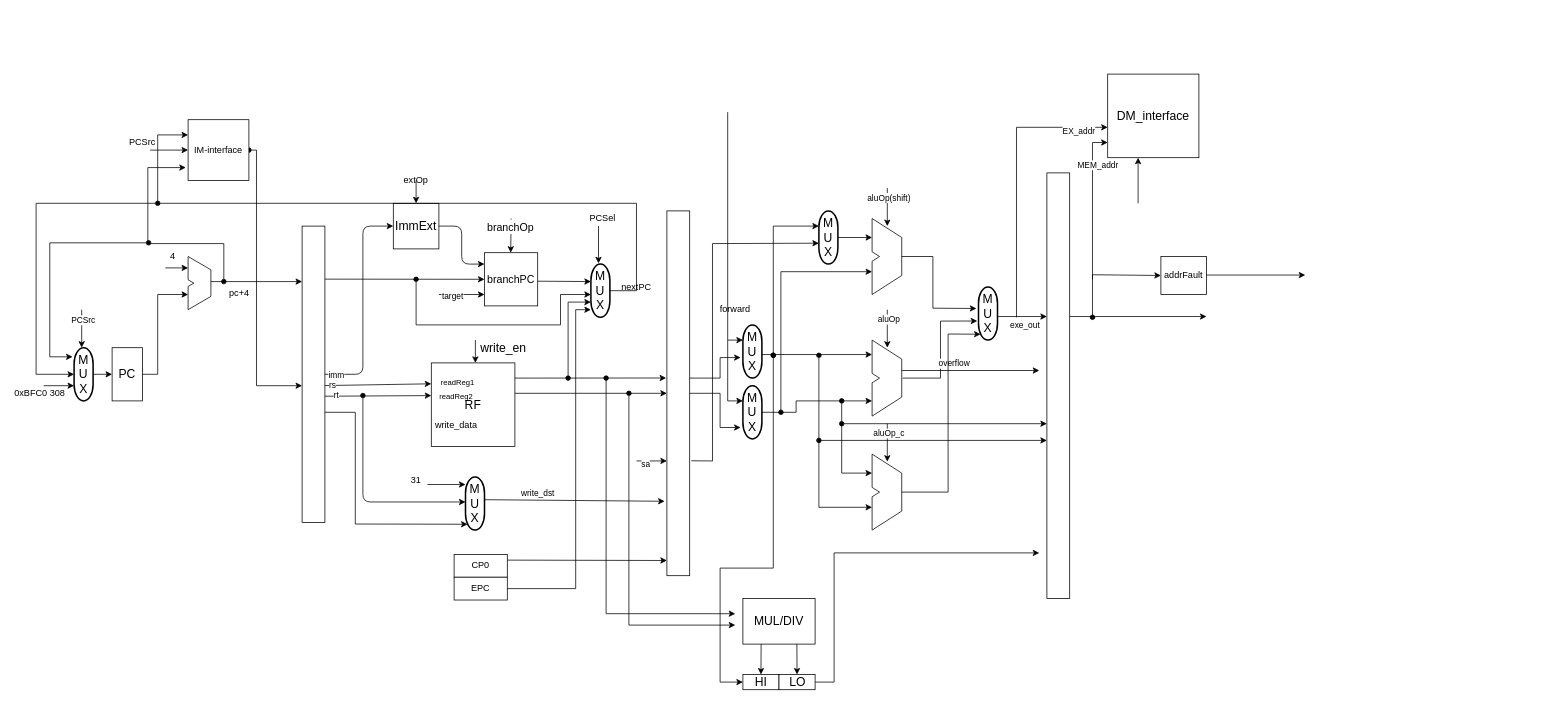
Above: 5-stages-pipeline.drawio in Anlarry/coaa (draw.io), before the change. Source tidied: cells renumbered, new cells numbered last; positions are measured from the earlier drawing's top-left corner, leaving out a move shared by most shapes. Both pictures are drawn from the tidied source at 76%, with x=0, y=0 at pixel (13, 74).
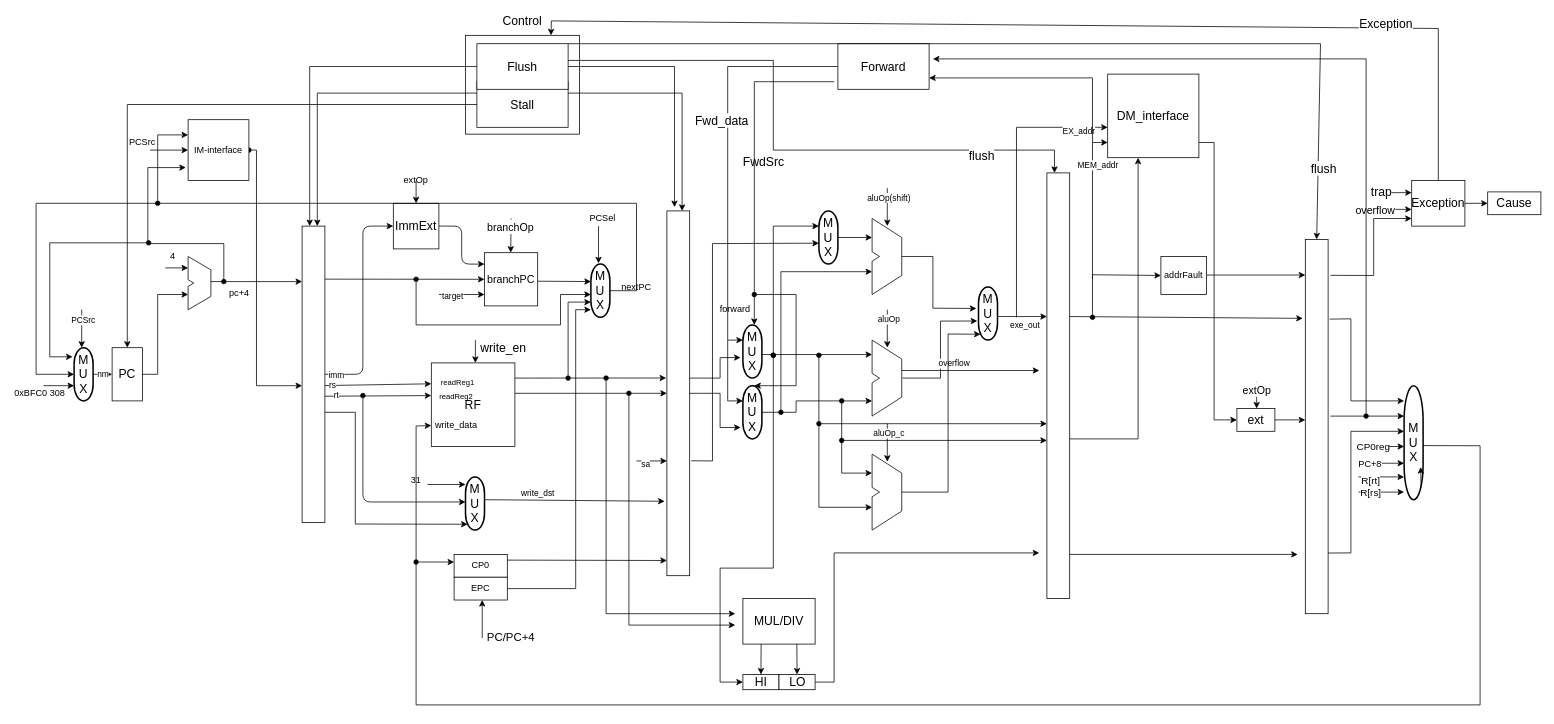
Above is the later version.

Unchanged cells that the change refers to:
```xml
<mxCell id="27" value="RF" style="whiteSpace=wrap;html=1;fontSize=16;" parent="26" vertex="1">
  <mxGeometry y="30" width="110" height="110" as="geometry" />
</mxCell>
<mxCell id="68" value="&lt;div&gt;M&lt;/div&gt;&lt;div&gt;U&lt;/div&gt;&lt;div&gt;X&lt;/div&gt;" style="strokeWidth=2;html=1;shape=mxgraph.flowchart.terminator;whiteSpace=wrap;fontSize=16;direction=south;" parent="1" vertex="1">
  <mxGeometry x="80" y="360" width="25" height="70" as="geometry" />
</mxCell>
<mxCell id="131" style="rounded=0;whiteSpace=wrap;html=1;" parent="1" vertex="1">
  <mxGeometry x="1360" y="130" width="30" height="560" as="geometry" />
</mxCell>
```

What changed in the source:
```diff
@@
+    <mxCell id="164" style="rounded=0;whiteSpace=wrap;html=1;fontSize=16;" parent="1" vertex="1">
+      <mxGeometry x="595" y="-51" width="150" height="130" as="geometry" />
+    </mxCell>
@@
-    <mxCell id="69" style="endArrow=classic;html=1;strokeColor=#000000;exitX=0.5;exitY=0;exitDx=0;exitDy=0;exitPerimeter=0;" parent="1" edge="1" source="68">
+    <mxCell id="69" value="nm" style="endArrow=classic;html=1;strokeColor=#000000;exitX=0.5;exitY=0;exitDx=0;exitDy=0;exitPerimeter=0;" parent="1" edge="1" source="68">
       <mxGeometry relative="1" as="geometry">
         <mxPoint x="130" y="395" as="targetPoint" />
       </mxGeometry>
     </mxCell>
@@
-    <mxCell id="79" style="endArrow=classic;html=1;strokeColor=#000000;rounded=0;" parent="1" edge="1">
+    <mxCell id="79" style="endArrow=classic;html=1;strokeColor=#000000;rounded=0;exitX=0;exitY=0.5;exitDx=0;exitDy=0;" parent="1" edge="1" source="203">
       <mxGeometry relative="1" as="geometry">
-        <mxPoint x="940" y="50" as="sourcePoint" />
         <mxPoint x="960" y="350" as="targetPoint" />
         <Array as="points">
+          <mxPoint x="940" y="-10" />
           <mxPoint x="940" y="350" />
         </Array>
       </mxGeometry>
     </mxCell>
+    <mxCell id="165" value="Fwd_data" style="edgeLabel;html=1;align=center;verticalAlign=middle;fontSize=16;" parent="79" vertex="1">
+      <mxGeometry x="-0.47" y="76" relative="1" as="geometry">
+        <mxPoint x="-15" y="-6" as="offset" />
+      </mxGeometry>
+    </mxCell>
@@
-    <mxCell id="154" style="endArrow=classic;html=1;strokeColor=#000000;" parent="1" edge="1">
+    <mxCell id="154" style="endArrow=classic;html=1;strokeColor=#000000;entryX=-0.112;entryY=0.211;entryDx=0;entryDy=0;entryPerimeter=0;" parent="1" edge="1" target="174">
       <mxGeometry relative="1" as="geometry">
         <mxPoint x="1390" y="319" as="sourcePoint" />
-        <mxPoint x="1570" y="319" as="targetPoint" />
       </mxGeometry>
     </mxCell>
@@
-    <mxCell id="161" style="endArrow=classic;html=1;strokeColor=#000000;" parent="1" edge="1">
+    <mxCell id="161" style="endArrow=classic;html=1;strokeColor=#000000;exitX=1;exitY=0.625;exitDx=0;exitDy=0;exitPerimeter=0;rounded=0;startArrow=none;startFill=0;" parent="1" edge="1" source="131">
       <mxGeometry relative="1" as="geometry">
-        <mxPoint x="1480" y="170" as="sourcePoint" />
         <mxPoint x="1480" y="110" as="targetPoint" />
+        <Array as="points">
+          <mxPoint x="1480" y="480" />
+        </Array>
       </mxGeometry>
     </mxCell>
     <mxCell id="162" style="endArrow=classic;html=1;strokeColor=#000000;startArrow=oval;startFill=1;" parent="1" edge="1">
       <mxGeometry relative="1" as="geometry">
-        <mxPoint x="1060" y="482" as="sourcePoint" />
+        <mxPoint x="1090" y="482" as="sourcePoint" />
         <mxPoint x="1360" y="482" as="targetPoint" />
       </mxGeometry>
     </mxCell>
     <mxCell id="163" style="endArrow=classic;html=1;strokeColor=#000000;rounded=0;startArrow=oval;startFill=1;" parent="1" edge="1">
       <mxGeometry relative="1" as="geometry">
-        <mxPoint x="1090" y="460" as="sourcePoint" />
+        <mxPoint x="1060" y="460" as="sourcePoint" />
         <mxPoint x="1360" y="460" as="targetPoint" />
       </mxGeometry>
     </mxCell>
+    <mxCell id="166" style="endArrow=classic;html=1;strokeColor=#000000;entryX=0;entryY=0.5;entryDx=0;entryDy=0;rounded=0;startArrow=none;startFill=0;" parent="1" edge="1" target="169">
+      <mxGeometry relative="1" as="geometry">
+        <mxPoint x="1560" y="90" as="sourcePoint" />
+        <Array as="points">
+          <mxPoint x="1580" y="90" />
+          <mxPoint x="1580" y="455" />
+        </Array>
+      </mxGeometry>
+    </mxCell>
+    <mxCell id="167" style="group;" parent="1" vertex="1">
+      <mxGeometry x="1610" y="405" width="50" height="65" as="geometry" />
+    </mxCell>
+    <mxCell id="168" style="group;" parent="167" vertex="1">
+      <mxGeometry width="50" height="65" as="geometry" />
+    </mxCell>
+    <mxCell id="169" value="ext" style="rounded=0;whiteSpace=wrap;html=1;fontSize=16;" parent="168" vertex="1">
+      <mxGeometry y="35" width="50" height="30" as="geometry" />
+    </mxCell>
+    <mxCell id="170" style="endArrow=classic;html=1;shadow=0;fontSize=16;" parent="168" edge="1">
+      <mxGeometry relative="1" as="geometry">
+        <mxPoint x="26" as="sourcePoint" />
+        <mxPoint x="26" y="35" as="targetPoint" />
+      </mxGeometry>
+    </mxCell>
+    <mxCell id="171" value="&lt;font style=&quot;font-size: 14px&quot;&gt;extOp&lt;/font&gt;" style="edgeLabel;html=1;align=center;verticalAlign=middle;fontSize=16;" parent="170" vertex="1">
+      <mxGeometry x="-0.5" y="-1" relative="1" as="geometry" />
+    </mxCell>
+    <mxCell id="172" style="endArrow=classic;html=1;strokeColor=#000000;" parent="1" edge="1">
+      <mxGeometry relative="1" as="geometry">
+        <mxPoint x="1390" y="632" as="sourcePoint" />
+        <mxPoint x="1690" y="632" as="targetPoint" />
+      </mxGeometry>
+    </mxCell>
+    <mxCell id="173" style="endArrow=classic;html=1;strokeColor=#000000;" parent="1" edge="1">
+      <mxGeometry relative="1" as="geometry">
+        <mxPoint x="1660" y="455" as="sourcePoint" />
+        <mxPoint x="1700" y="455" as="targetPoint" />
+      </mxGeometry>
+    </mxCell>
+    <mxCell id="174" style="rounded=0;whiteSpace=wrap;html=1;" parent="1" vertex="1">
+      <mxGeometry x="1700" y="217.5" width="30" height="492.5" as="geometry" />
+    </mxCell>
+    <mxCell id="175" value="&lt;div&gt;M&lt;/div&gt;&lt;div&gt;U&lt;/div&gt;&lt;div&gt;X&lt;/div&gt;" style="strokeWidth=2;html=1;shape=mxgraph.flowchart.terminator;whiteSpace=wrap;fontSize=16;direction=south;" parent="1" vertex="1">
+      <mxGeometry x="1830" y="410" width="25" height="150" as="geometry" />
+    </mxCell>
+    <mxCell id="176" style="group;" parent="1" vertex="1">
+      <mxGeometry x="1790" y="140" width="220" height="60" as="geometry" />
+    </mxCell>
+    <mxCell id="177" value="Exception" style="rounded=0;whiteSpace=wrap;html=1;fontSize=16;" parent="176" vertex="1">
+      <mxGeometry x="50" width="70" height="60" as="geometry" />
+    </mxCell>
+    <mxCell id="178" style="endArrow=classic;html=1;shadow=0;fontSize=16;" parent="176" edge="1">
+      <mxGeometry relative="1" as="geometry">
+        <mxPoint y="16" as="sourcePoint" />
+        <mxPoint x="50" y="16" as="targetPoint" />
+      </mxGeometry>
+    </mxCell>
+    <mxCell id="179" value="trap" style="edgeLabel;html=1;align=center;verticalAlign=middle;fontSize=16;" parent="178" vertex="1">
+      <mxGeometry x="-0.64" y="2" relative="1" as="geometry" />
+    </mxCell>
+    <mxCell id="180" value="&lt;font style=&quot;font-size: 16px&quot;&gt;Cause&lt;/font&gt;" style="rounded=0;whiteSpace=wrap;html=1;" parent="176" vertex="1">
+      <mxGeometry x="150" y="15" width="70" height="30" as="geometry" />
+    </mxCell>
+    <mxCell id="181" style="endArrow=classic;html=1;exitX=1;exitY=0.5;exitDx=0;exitDy=0;" parent="176" edge="1" source="177">
+      <mxGeometry relative="1" as="geometry">
+        <mxPoint x="150" y="30" as="targetPoint" />
+      </mxGeometry>
+    </mxCell>
+    <mxCell id="182" style="endArrow=classic;html=1;strokeColor=#000000;" parent="1" edge="1">
+      <mxGeometry relative="1" as="geometry">
+        <mxPoint x="1770" y="178" as="sourcePoint" />
+        <mxPoint x="1840" y="178" as="targetPoint" />
+      </mxGeometry>
+    </mxCell>
+    <mxCell id="183" value="&lt;font style=&quot;font-size: 14px&quot;&gt;overflow&lt;/font&gt;" style="edgeLabel;html=1;align=center;verticalAlign=middle;" parent="182" vertex="1">
+      <mxGeometry x="-0.41" relative="1" as="geometry" />
+    </mxCell>
+    <mxCell id="184" style="endArrow=classic;html=1;strokeColor=#000000;exitX=1.104;exitY=0.096;exitDx=0;exitDy=0;exitPerimeter=0;rounded=0;" parent="1" edge="1" source="174">
+      <mxGeometry relative="1" as="geometry">
+        <mxPoint x="1840" y="190" as="targetPoint" />
+        <Array as="points">
+          <mxPoint x="1790" y="265" />
+          <mxPoint x="1790" y="190" />
+        </Array>
+      </mxGeometry>
+    </mxCell>
+    <mxCell id="185" style="endArrow=classic;html=1;strokeColor=#000000;exitX=1.065;exitY=0.213;exitDx=0;exitDy=0;exitPerimeter=0;rounded=0;" parent="1" edge="1" source="174">
+      <mxGeometry relative="1" as="geometry">
+        <mxPoint x="1830" y="430" as="targetPoint" />
+        <Array as="points">
+          <mxPoint x="1760" y="322" />
+          <mxPoint x="1760" y="430" />
+        </Array>
+      </mxGeometry>
+    </mxCell>
+    <mxCell id="186" style="endArrow=classic;html=1;strokeColor=#000000;" parent="1" edge="1">
+      <mxGeometry relative="1" as="geometry">
+        <mxPoint x="1733" y="450" as="sourcePoint" />
+        <mxPoint x="1830" y="450" as="targetPoint" />
+      </mxGeometry>
+    </mxCell>
+    <mxCell id="187" style="edgeStyle=orthogonalEdgeStyle;rounded=0;orthogonalLoop=1;jettySize=auto;html=1;exitX=0.89;exitY=0.11;exitDx=0;exitDy=0;exitPerimeter=0;entryX=0.714;entryY=0.122;entryDx=0;entryDy=0;entryPerimeter=0;startArrow=none;startFill=0;strokeColor=#000000;" parent="1" edge="1" source="175" target="175">
+      <mxGeometry relative="1" as="geometry" />
+    </mxCell>
+    <mxCell id="188" style="endArrow=classic;html=1;strokeColor=#000000;exitX=1;exitY=0.838;exitDx=0;exitDy=0;exitPerimeter=0;rounded=0;" parent="1" edge="1" source="174">
+      <mxGeometry relative="1" as="geometry">
+        <mxPoint x="1830" y="470" as="targetPoint" />
+        <Array as="points">
+          <mxPoint x="1760" y="630" />
+          <mxPoint x="1760" y="470" />
+        </Array>
+      </mxGeometry>
+    </mxCell>
+    <mxCell id="189" style="endArrow=classic;html=1;strokeColor=#000000;" parent="1" edge="1" source="190">
+      <mxGeometry relative="1" as="geometry">
+        <mxPoint x="1830" y="490" as="targetPoint" />
+      </mxGeometry>
+    </mxCell>
+    <mxCell id="190" value="&lt;font style=&quot;font-size: 13px&quot;&gt;CP0reg&lt;/font&gt;" style="text;html=1;strokeColor=none;fillColor=none;align=center;verticalAlign=middle;whiteSpace=wrap;rounded=0;" parent="1" vertex="1">
+      <mxGeometry x="1770" y="480" width="40" height="20" as="geometry" />
+    </mxCell>
+    <mxCell id="191" style="endArrow=classic;html=1;strokeColor=#000000;" parent="1" edge="1">
+      <mxGeometry relative="1" as="geometry">
+        <mxPoint x="1770" y="512" as="sourcePoint" />
+        <mxPoint x="1830" y="512" as="targetPoint" />
+        <Array as="points">
+          <mxPoint x="1790" y="512" />
+        </Array>
+      </mxGeometry>
+    </mxCell>
+    <mxCell id="192" value="PC+8" style="edgeLabel;html=1;align=center;verticalAlign=middle;fontSize=12;" parent="191" vertex="1">
+      <mxGeometry x="-0.54" y="-1" relative="1" as="geometry" />
+    </mxCell>
+    <mxCell id="193" style="endArrow=classic;html=1;strokeColor=#000000;fontSize=12;" parent="1" edge="1">
+      <mxGeometry relative="1" as="geometry">
+        <mxPoint x="1770" y="530" as="sourcePoint" />
+        <mxPoint x="1830" y="530" as="targetPoint" />
+      </mxGeometry>
+    </mxCell>
+    <mxCell id="194" value="R[rt]" style="edgeLabel;html=1;align=center;verticalAlign=middle;fontSize=13;" parent="193" vertex="1">
+      <mxGeometry x="-0.5" y="-4" relative="1" as="geometry" />
+    </mxCell>
+    <mxCell id="195" style="endArrow=classic;html=1;strokeColor=#000000;fontSize=13;" parent="1" edge="1">
+      <mxGeometry relative="1" as="geometry">
+        <mxPoint x="1770" y="550" as="sourcePoint" />
+        <mxPoint x="1830" y="550" as="targetPoint" />
+      </mxGeometry>
+    </mxCell>
+    <mxCell id="196" value="R[rs]" style="edgeLabel;html=1;align=center;verticalAlign=middle;fontSize=13;" parent="195" vertex="1">
+      <mxGeometry x="-0.5" relative="1" as="geometry" />
+    </mxCell>
+    <mxCell id="197" style="endArrow=classic;html=1;strokeColor=#000000;fontSize=13;entryX=0;entryY=0.75;entryDx=0;entryDy=0;rounded=0;" parent="1" edge="1" target="27">
+      <mxGeometry relative="1" as="geometry">
+        <mxPoint x="1855" y="488.8" as="sourcePoint" />
+        <Array as="points">
+          <mxPoint x="1930" y="489" />
+          <mxPoint x="1930" y="830" />
+          <mxPoint x="530" y="830" />
+          <mxPoint x="530" y="463" />
+        </Array>
+      </mxGeometry>
+    </mxCell>
+    <mxCell id="198" style="endArrow=classic;html=1;strokeColor=#000000;fontSize=13;startArrow=oval;startFill=1;" parent="1" edge="1">
+      <mxGeometry relative="1" as="geometry">
+        <mxPoint x="530" y="642" as="sourcePoint" />
+        <mxPoint x="580" y="642" as="targetPoint" />
+      </mxGeometry>
+    </mxCell>
+    <mxCell id="199" style="endArrow=classic;html=1;strokeColor=#000000;fontSize=13;" parent="1" edge="1">
+      <mxGeometry relative="1" as="geometry">
+        <mxPoint x="617" y="742" as="sourcePoint" />
+        <mxPoint x="617" y="692" as="targetPoint" />
+      </mxGeometry>
+    </mxCell>
+    <mxCell id="200" value="PC/PC+4" style="text;html=1;strokeColor=none;fillColor=none;align=center;verticalAlign=middle;whiteSpace=wrap;rounded=0;fontSize=15;" parent="1" vertex="1">
+      <mxGeometry x="635" y="730" width="40" height="20" as="geometry" />
+    </mxCell>
+    <mxCell id="201" style="endArrow=classic;html=1;strokeColor=#000000;fontSize=15;entryX=0.75;entryY=0;entryDx=0;entryDy=0;rounded=0;" parent="1" edge="1" target="164">
+      <mxGeometry relative="1" as="geometry">
+        <mxPoint x="1875" y="140" as="sourcePoint" />
+        <Array as="points">
+          <mxPoint x="1875" y="-60" />
+          <mxPoint x="708" y="-70" />
+        </Array>
+      </mxGeometry>
+    </mxCell>
+    <mxCell id="202" value="Exception" style="edgeLabel;html=1;align=center;verticalAlign=middle;fontSize=16;" parent="201" vertex="1">
+      <mxGeometry x="-0.61" y="-5" relative="1" as="geometry">
+        <mxPoint y="-1" as="offset" />
+      </mxGeometry>
+    </mxCell>
+    <mxCell id="203" value="&lt;font style=&quot;font-size: 16px&quot;&gt;Forward&lt;/font&gt;" style="rounded=0;whiteSpace=wrap;html=1;fontSize=16;" parent="1" vertex="1">
+      <mxGeometry x="1085" y="-40" width="120" height="60" as="geometry" />
+    </mxCell>
+    <mxCell id="204" style="endArrow=classic;html=1;strokeColor=#000000;fontSize=16;rounded=0;entryX=1;entryY=0.75;entryDx=0;entryDy=0;" parent="1" edge="1" target="203">
+      <mxGeometry relative="1" as="geometry">
+        <mxPoint x="1420" y="90" as="sourcePoint" />
+        <Array as="points">
+          <mxPoint x="1420" y="5" />
+        </Array>
+      </mxGeometry>
+    </mxCell>
+    <mxCell id="205" style="endArrow=classic;html=1;strokeColor=#000000;fontSize=16;rounded=0;startArrow=oval;startFill=1;" parent="1" edge="1">
+      <mxGeometry relative="1" as="geometry">
+        <mxPoint x="1780" y="450" as="sourcePoint" />
+        <mxPoint x="1210" y="-20" as="targetPoint" />
+        <Array as="points">
+          <mxPoint x="1780" y="-20" />
+        </Array>
+      </mxGeometry>
+    </mxCell>
+    <mxCell id="206" style="endArrow=classic;html=1;strokeColor=#000000;fontSize=16;rounded=0;" parent="1" edge="1">
+      <mxGeometry relative="1" as="geometry">
+        <mxPoint x="1080" y="10" as="sourcePoint" />
+        <mxPoint x="975" y="330" as="targetPoint" />
+        <Array as="points">
+          <mxPoint x="975" y="10" />
+        </Array>
+      </mxGeometry>
+    </mxCell>
+    <mxCell id="207" style="endArrow=classic;html=1;strokeColor=#000000;fontSize=16;startArrow=oval;startFill=1;rounded=0;" parent="1" edge="1">
+      <mxGeometry relative="1" as="geometry">
+        <mxPoint x="975" y="290" as="sourcePoint" />
+        <mxPoint x="975" y="410" as="targetPoint" />
+        <Array as="points">
+          <mxPoint x="1030" y="290" />
+          <mxPoint x="1030" y="410" />
+        </Array>
+      </mxGeometry>
+    </mxCell>
+    <mxCell id="208" value="FwdSrc" style="text;html=1;align=center;verticalAlign=middle;fontSize=16;" parent="1" vertex="1">
+      <mxGeometry x="952" y="106" width="70" height="20" as="geometry" />
+    </mxCell>
+    <mxCell id="209" value="&lt;div&gt;Stall&lt;/div&gt;" style="rounded=0;whiteSpace=wrap;html=1;fontSize=16;" parent="1" vertex="1">
+      <mxGeometry x="610" y="10" width="120" height="60" as="geometry" />
+    </mxCell>
+    <mxCell id="210" style="endArrow=classic;html=1;strokeColor=#000000;fontSize=16;exitX=1;exitY=0.25;exitDx=0;exitDy=0;rounded=0;" parent="1" edge="1" source="209">
+      <mxGeometry relative="1" as="geometry">
+        <mxPoint x="880" y="180" as="targetPoint" />
+        <Array as="points">
+          <mxPoint x="880" y="25" />
+        </Array>
+      </mxGeometry>
+    </mxCell>
+    <mxCell id="211" style="endArrow=classic;html=1;strokeColor=#000000;fontSize=16;exitX=0;exitY=0.25;exitDx=0;exitDy=0;rounded=0;" parent="1" edge="1" source="209">
+      <mxGeometry relative="1" as="geometry">
+        <mxPoint x="400" y="200" as="targetPoint" />
+        <Array as="points">
+          <mxPoint x="400" y="25" />
+        </Array>
+      </mxGeometry>
+    </mxCell>
+    <mxCell id="212" style="endArrow=classic;html=1;strokeColor=#000000;fontSize=16;exitX=0;exitY=0.5;exitDx=0;exitDy=0;rounded=0;" parent="1" edge="1" source="209">
+      <mxGeometry relative="1" as="geometry">
+        <mxPoint x="150" y="360" as="targetPoint" />
+        <Array as="points">
+          <mxPoint x="150" y="40" />
+        </Array>
+      </mxGeometry>
+    </mxCell>
+    <mxCell id="213" value="Flush" style="rounded=0;whiteSpace=wrap;html=1;fontSize=16;" parent="1" vertex="1">
+      <mxGeometry x="610" y="-40" width="120" height="60" as="geometry" />
+    </mxCell>
+    <mxCell id="214" value="Control" style="text;html=1;strokeColor=none;fillColor=none;align=center;verticalAlign=middle;whiteSpace=wrap;rounded=0;fontSize=16;" parent="1" vertex="1">
+      <mxGeometry x="650" y="-80" width="40" height="20" as="geometry" />
+    </mxCell>
+    <mxCell id="215" style="endArrow=classic;html=1;strokeColor=#000000;fontSize=16;entryX=0.5;entryY=0;entryDx=0;entryDy=0;exitX=1;exitY=0;exitDx=0;exitDy=0;rounded=0;" parent="1" edge="1" source="213" target="174">
+      <mxGeometry relative="1" as="geometry">
+        <Array as="points">
+          <mxPoint x="1720" y="-40" />
+        </Array>
+      </mxGeometry>
+    </mxCell>
+    <mxCell id="216" value="flush" style="edgeLabel;html=1;align=center;verticalAlign=middle;fontSize=16;" parent="215" vertex="1">
+      <mxGeometry x="0.85" y="7" relative="1" as="geometry">
+        <mxPoint y="-1" as="offset" />
+      </mxGeometry>
+    </mxCell>
+    <mxCell id="217" style="endArrow=classic;html=1;strokeColor=#000000;fontSize=16;exitX=1;exitY=0.367;exitDx=0;exitDy=0;rounded=0;exitPerimeter=0;" parent="1" edge="1" source="213">
+      <mxGeometry relative="1" as="geometry">
+        <mxPoint x="1370" y="130" as="targetPoint" />
+        <Array as="points">
+          <mxPoint x="1000" y="-18" />
+          <mxPoint x="1000" y="100" />
+          <mxPoint x="1370" y="100" />
+        </Array>
+      </mxGeometry>
+    </mxCell>
+    <mxCell id="218" value="flush" style="edgeLabel;html=1;align=center;verticalAlign=middle;fontSize=16;rotation=0;" parent="217" vertex="1">
+      <mxGeometry x="0.68" y="-6" relative="1" as="geometry" />
+    </mxCell>
+    <mxCell id="219" style="endArrow=classic;html=1;strokeColor=#000000;fontSize=16;exitX=1;exitY=0.5;exitDx=0;exitDy=0;rounded=0;" parent="1" edge="1" source="213">
+      <mxGeometry relative="1" as="geometry">
+        <mxPoint x="870" y="175" as="targetPoint" />
+        <Array as="points">
+          <mxPoint x="870" y="-10" />
+        </Array>
+      </mxGeometry>
+    </mxCell>
+    <mxCell id="220" style="endArrow=classic;html=1;strokeColor=#000000;fontSize=16;exitX=0;exitY=0.5;exitDx=0;exitDy=0;rounded=0;" parent="1" edge="1" source="213">
+      <mxGeometry relative="1" as="geometry">
+        <mxPoint x="390" y="200" as="targetPoint" />
+        <Array as="points">
+          <mxPoint x="390" y="-10" />
+        </Array>
+      </mxGeometry>
+    </mxCell>
```
